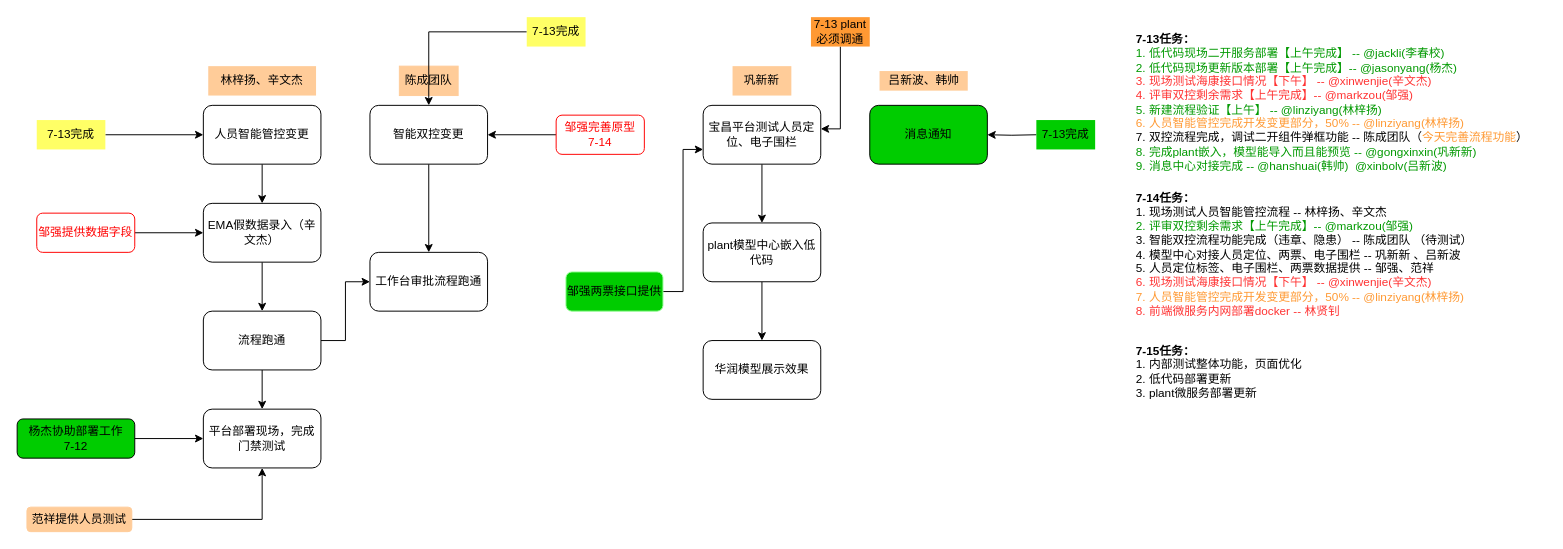
Earlier version of the draw.io diagram huarun.drawio (xugaoyang/drawio_docs). Source tidied: cells renumbered, new cells numbered last; positions are measured from the earlier drawing's top-left corner, leaving out a move shared by most shapes. Both pictures are drawn from the tidied source at 98%, with x=0, y=0 at pixel (17, 17).
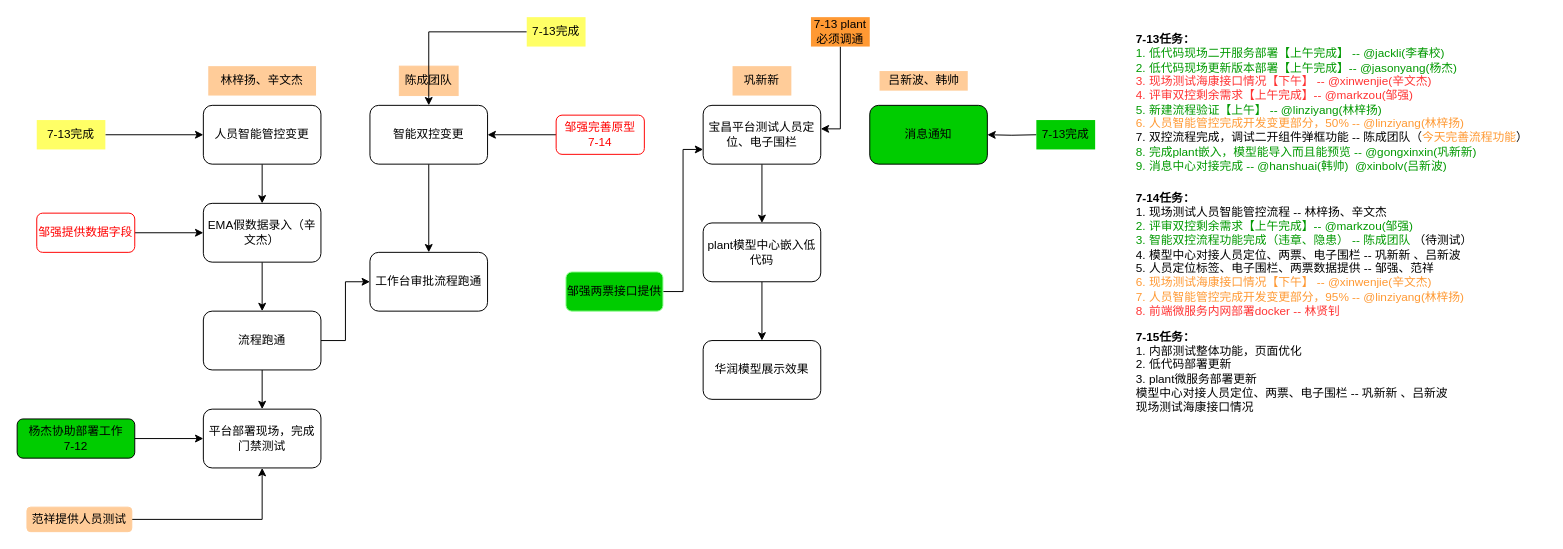
Above is the later version.

Change to the diagram source:
```diff
@@
-    <mxCell id="42" value="&lt;b&gt;&lt;br&gt;7-14任务：&lt;/b&gt;&lt;br&gt;1. 现场测试人员智能管控流程 -- 林梓扬、辛文杰&lt;br&gt;&lt;font color=&quot;#009900&quot;&gt;2.&amp;nbsp;评审双控剩余需求【上午完成】--&amp;nbsp;@markzou(邹强)&amp;nbsp;&amp;nbsp;&lt;/font&gt;&lt;br&gt;3. 智能双控流程功能完成（违章、隐患） -- 陈成团队 （待测试）&amp;nbsp;&lt;br&gt;4. 模型中心对接人员定位、两票、电子围栏 -- 巩新新 、吕新波&lt;br&gt;5. 人员定位标签、电子围栏、两票数据提供 -- 邹强、范祥&lt;br&gt;&lt;span style=&quot;color: rgb(255 , 51 , 51)&quot;&gt;6.&amp;nbsp;现场测试海康接口情况【下午】&amp;nbsp;--&amp;nbsp;@xinwenjie(辛文杰)&lt;br&gt;&lt;/span&gt;&lt;span style=&quot;color: rgb(255 , 153 , 51)&quot;&gt;7.&amp;nbsp;人员智能管控完成开发变更部分，50% --&amp;nbsp;@linziyang(林梓扬)&amp;nbsp;&amp;nbsp;&lt;br&gt;&lt;/span&gt;&lt;span style=&quot;color: rgb(255 , 51 , 51)&quot;&gt;8. 前端微服务内网部署docker -- 林贤钊&amp;nbsp;&lt;/span&gt;" style="text;html=1;align=left;verticalAlign=middle;strokeColor=none;fillColor=none;fontColor=#000000;" parent="1" vertex="1">
+    <mxCell id="42" value="&lt;b&gt;&lt;br&gt;7-14任务：&lt;/b&gt;&lt;br&gt;1. 现场测试人员智能管控流程 -- 林梓扬、辛文杰&lt;br&gt;&lt;font color=&quot;#009900&quot;&gt;2.&amp;nbsp;评审双控剩余需求【上午完成】--&amp;nbsp;@markzou(邹强)&amp;nbsp;&amp;nbsp;&lt;/font&gt;&lt;br&gt;&lt;font color=&quot;#009900&quot;&gt;3. 智能双控流程功能完成（违章、隐患） -- 陈成团队&lt;/font&gt; （待测试）&amp;nbsp;&lt;br&gt;4. 模型中心对接人员定位、两票、电子围栏 -- 巩新新 、吕新波&lt;br&gt;5. 人员定位标签、电子围栏、两票数据提供 -- 邹强、范祥&lt;br&gt;&lt;font color=&quot;#ff9933&quot;&gt;6.&amp;nbsp;现场测试海康接口情况【下午】&amp;nbsp;--&amp;nbsp;@xinwenjie(辛文杰)&lt;/font&gt;&lt;br&gt;&lt;span style=&quot;color: rgb(255 , 153 , 51)&quot;&gt;7.&amp;nbsp;人员智能管控完成开发变更部分，95% --&amp;nbsp;@linziyang(林梓扬)&amp;nbsp;&amp;nbsp;&lt;br&gt;&lt;/span&gt;&lt;span style=&quot;color: rgb(255 , 51 , 51)&quot;&gt;8. 前端微服务内网部署docker -- 林贤钊&amp;nbsp;&lt;/span&gt;" style="text;html=1;align=left;verticalAlign=middle;strokeColor=none;fillColor=none;fontColor=#000000;" parent="1" vertex="1">
       <mxGeometry x="1140" y="165" width="360" height="140" as="geometry" />
     </mxCell>
-    <mxCell id="43" value="&lt;b&gt;&lt;br&gt;7-15任务：&lt;/b&gt;&lt;br&gt;1. 内部测试整体功能，页面优化&lt;br&gt;2. 低代码部署更新&lt;br&gt;3. plant微服务部署更新&lt;br&gt;" style="text;html=1;align=left;verticalAlign=middle;strokeColor=none;fillColor=none;fontColor=#000000;" parent="1" vertex="1">
-      <mxGeometry x="1140" y="320" width="190" height="70" as="geometry" />
+    <mxCell id="43" value="&lt;b&gt;&lt;br&gt;7-15任务：&lt;/b&gt;&lt;br&gt;1. 内部测试整体功能，页面优化&lt;br&gt;2. 低代码部署更新&lt;br&gt;3. plant微服务部署更新&lt;br&gt;模型中心对接人员定位、两票、电子围栏 -- 巩新新 、吕新波&lt;br&gt;现场测试海康接口情况" style="text;html=1;align=left;verticalAlign=middle;strokeColor=none;fillColor=none;fontColor=#000000;" parent="1" vertex="1">
+      <mxGeometry x="1140" y="305" width="330" height="100" as="geometry" />
     </mxCell>
```
